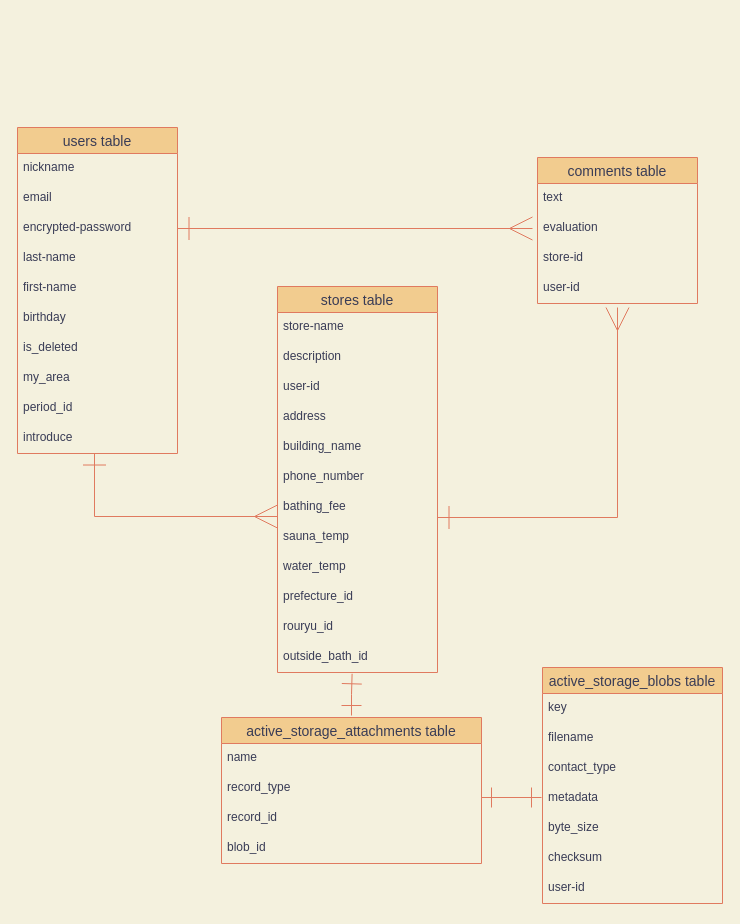
The draw.io diagram sauna.dio in ft529y/sauna-36416, before the edit. Source tidied: cells renumbered, new cells numbered last; positions are measured from the earlier drawing's top-left corner, leaving out a move shared by most shapes. Both pictures are drawn from the tidied source at 100%, with x=0, y=0 at pixel (17, 127).
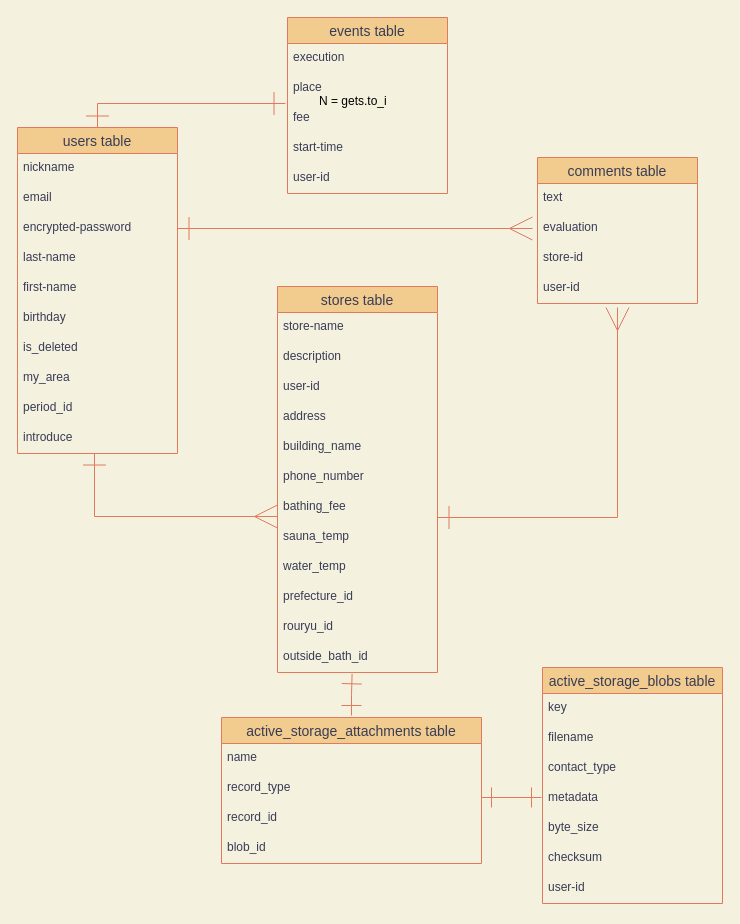
The same page after the edit.

Unchanged cells that the change refers to:
```xml
<mxCell id="2" value="users table" style="swimlane;fontStyle=0;horizontal=1;startSize=26;align=center;fontSize=14;fillColor=#F2CC8F;strokeColor=#E07A5F;fontColor=#393C56;" parent="1" vertex="1">
  <mxGeometry width="160" height="326" as="geometry" />
</mxCell>
```

The edit, as a diff of the source:
```diff
@@
+    <mxCell id="49" value="N = gets.to_i" style="text;whiteSpace=wrap;html=1;" parent="1" vertex="1">
+      <mxGeometry x="300" y="-40" width="90" height="30" as="geometry" />
+    </mxCell>
+    <mxCell id="50" style="edgeStyle=orthogonalEdgeStyle;rounded=0;jettySize=auto;html=1;exitX=0.5;exitY=0;exitDx=0;exitDy=0;sourcePerimeterSpacing=6;targetPerimeterSpacing=6;endSize=21;startSize=21;endArrow=ERone;endFill=0;startArrow=ERone;startFill=0;labelBackgroundColor=#F4F1DE;strokeColor=#E07A5F;fontColor=#393C56;" parent="1" edge="1" source="2">
+      <mxGeometry relative="1" as="geometry">
+        <mxPoint x="268" y="-24" as="targetPoint" />
+        <Array as="points">
+          <mxPoint x="80" y="-24" />
+        </Array>
+      </mxGeometry>
+    </mxCell>
+    <mxCell id="51" value="events table" style="swimlane;fontStyle=0;horizontal=1;startSize=26;align=center;fontSize=14;fillColor=#F2CC8F;strokeColor=#E07A5F;fontColor=#393C56;" parent="1" vertex="1">
+      <mxGeometry x="270" y="-110" width="160" height="176" as="geometry" />
+    </mxCell>
+    <mxCell id="52" value="execution" style="text;strokeColor=none;fillColor=none;spacingLeft=4;spacingRight=4;overflow=hidden;fontSize=12;fontColor=#393C56;" parent="51" vertex="1">
+      <mxGeometry y="26" width="160" height="30" as="geometry" />
+    </mxCell>
+    <mxCell id="53" value="place" style="text;strokeColor=none;fillColor=none;spacingLeft=4;spacingRight=4;overflow=hidden;fontSize=12;fontColor=#393C56;" parent="51" vertex="1">
+      <mxGeometry y="56" width="160" height="30" as="geometry" />
+    </mxCell>
+    <mxCell id="54" value="fee" style="text;strokeColor=none;fillColor=none;spacingLeft=4;spacingRight=4;overflow=hidden;fontSize=12;fontColor=#393C56;" parent="51" vertex="1">
+      <mxGeometry y="86" width="160" height="30" as="geometry" />
+    </mxCell>
+    <mxCell id="55" value="start-time" style="text;strokeColor=none;fillColor=none;spacingLeft=4;spacingRight=4;overflow=hidden;fontSize=12;fontColor=#393C56;" parent="51" vertex="1">
+      <mxGeometry y="116" width="160" height="30" as="geometry" />
+    </mxCell>
+    <mxCell id="56" value="user-id" style="text;strokeColor=none;fillColor=none;spacingLeft=4;spacingRight=4;overflow=hidden;fontSize=12;fontColor=#393C56;" parent="51" vertex="1">
+      <mxGeometry y="146" width="160" height="30" as="geometry" />
+    </mxCell>
```
